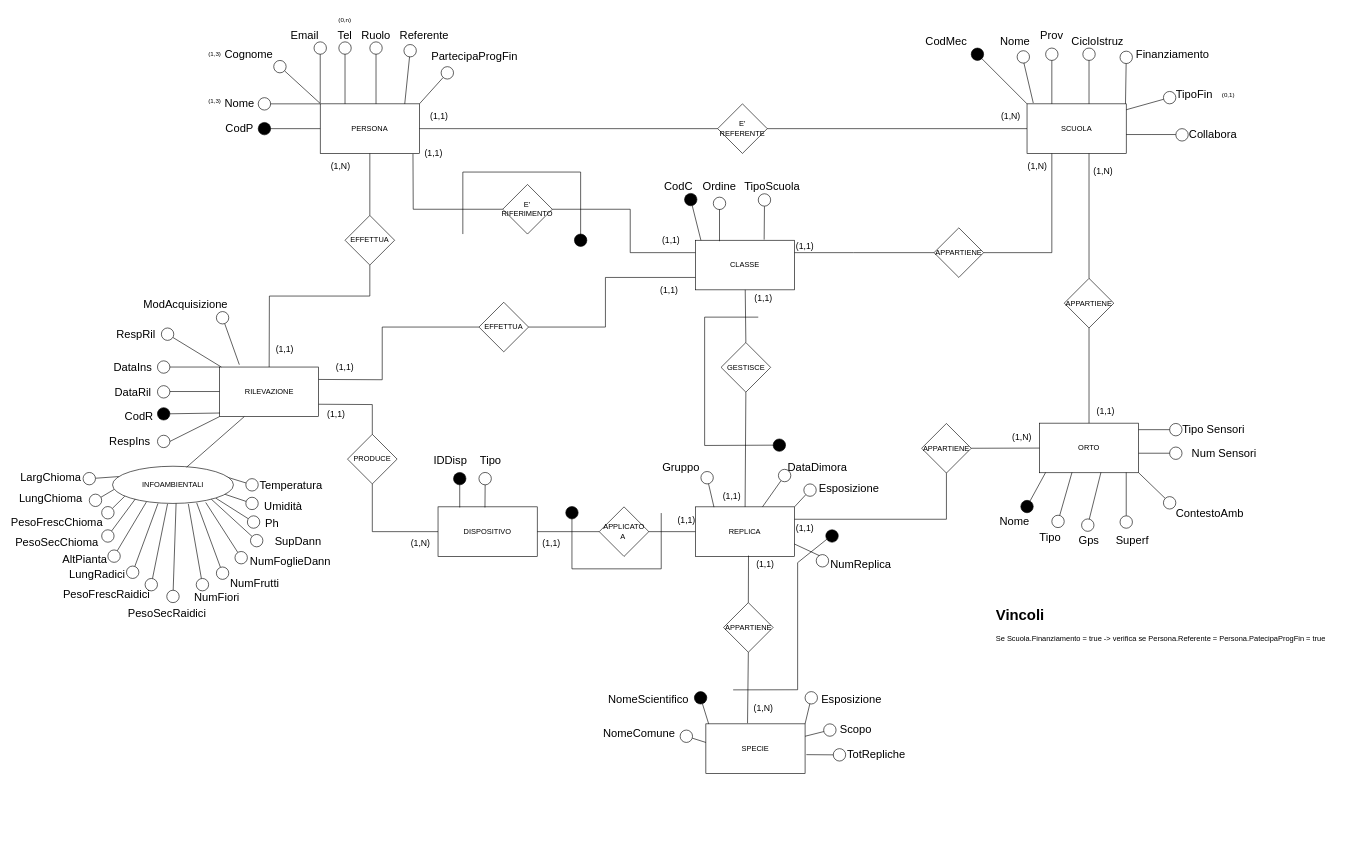
This is BD_ER_Massimo_2023.drawio from pizzo-kyle/unige, a draw.io file, before an edit. Source tidied: cells renumbered, new cells numbered last; positions are measured from the earlier drawing's top-left corner, leaving out a move shared by most shapes. Both pictures are drawn from the tidied source at 62%, with x=0, y=0 at pixel (36, 11).
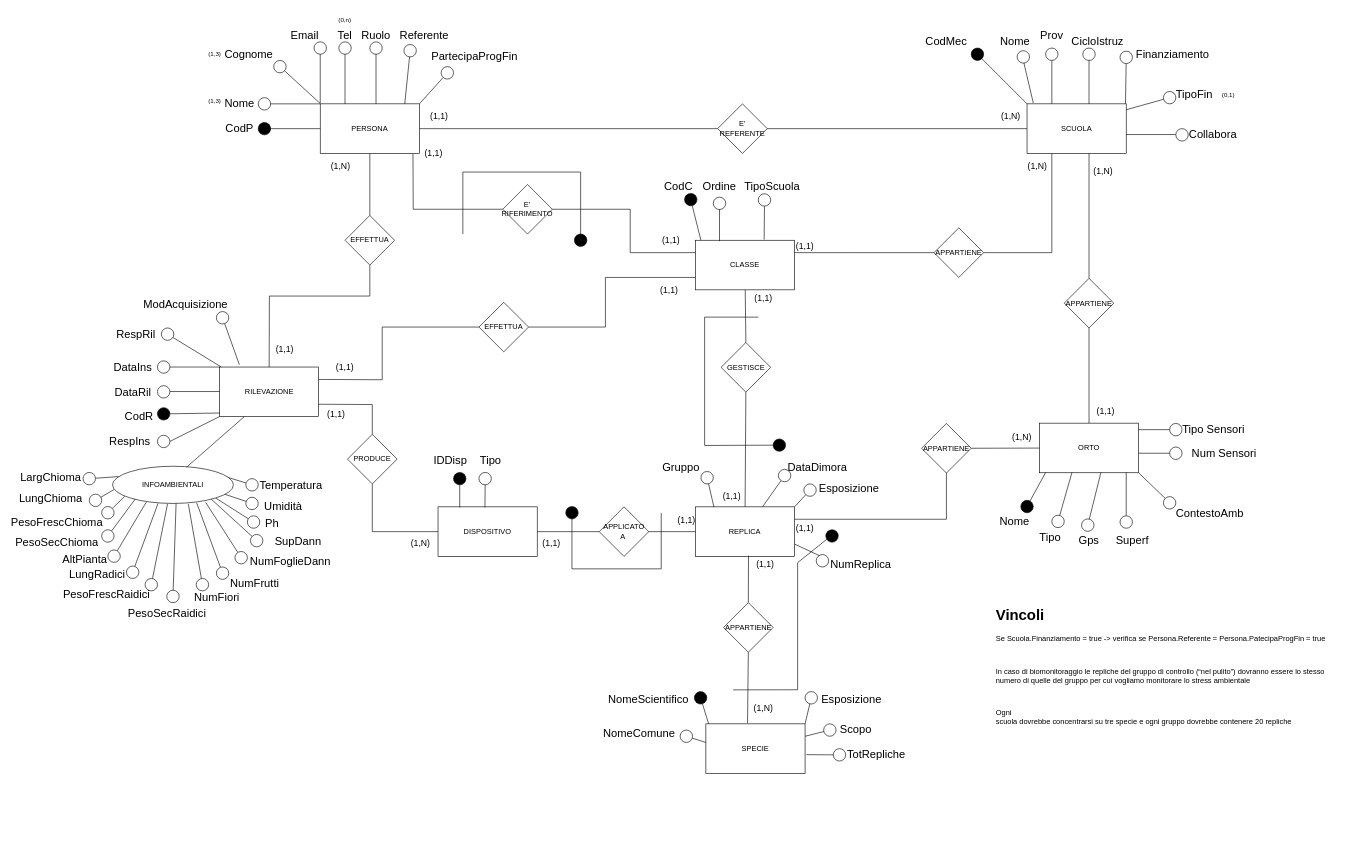
The same diagram, later.

Diff of the diagram source:
```diff
@@
-    <mxCell id="254" value="&lt;h1&gt;Vincoli&lt;/h1&gt;&lt;p&gt;Se Scuola.Finanziamento = true -&amp;gt; verifica se Persona.Referente = Persona.PatecipaProgFin = true&lt;/p&gt;&lt;p&gt;&lt;br&gt;&lt;/p&gt;&lt;p&gt;&lt;br&gt;&lt;/p&gt;" style="text;html=1;strokeColor=none;fillColor=none;spacing=5;spacingTop=-20;whiteSpace=wrap;overflow=hidden;rounded=0;" parent="1" vertex="1">
-      <mxGeometry x="1543" y="954.5" width="575" height="405.5" as="geometry" />
+    <mxCell id="254" value="&lt;h1&gt;Vincoli&lt;/h1&gt;&lt;p&gt;Se Scuola.Finanziamento = true -&amp;gt; verifica se Persona.Referente = Persona.PatecipaProgFin = true&lt;/p&gt;&lt;p&gt;&lt;br&gt;&lt;/p&gt;&lt;p&gt;In caso di biomonitoraggio le repliche del gruppo di controllo (“nel pulito”) dovranno essere lo stesso&lt;br&gt;numero di quelle del gruppo per cui vogliamo monitorare lo stress ambientale&lt;br&gt;&lt;/p&gt;&lt;p&gt;&lt;br&gt;&lt;/p&gt;&lt;p&gt;Ogni&lt;br/&gt;scuola dovrebbe concentrarsi su tre specie e ogni gruppo dovrebbe contenere 20 repliche&lt;br&gt;&lt;/p&gt;&lt;p&gt;&lt;br&gt;&lt;/p&gt;&lt;p&gt;&lt;br&gt;&lt;/p&gt;" style="text;html=1;strokeColor=none;fillColor=none;spacing=5;spacingTop=-20;whiteSpace=wrap;overflow=hidden;rounded=0;" parent="1" vertex="1">
+      <mxGeometry x="1543" y="954.5" width="575" height="225.5" as="geometry" />
     </mxCell>
```
